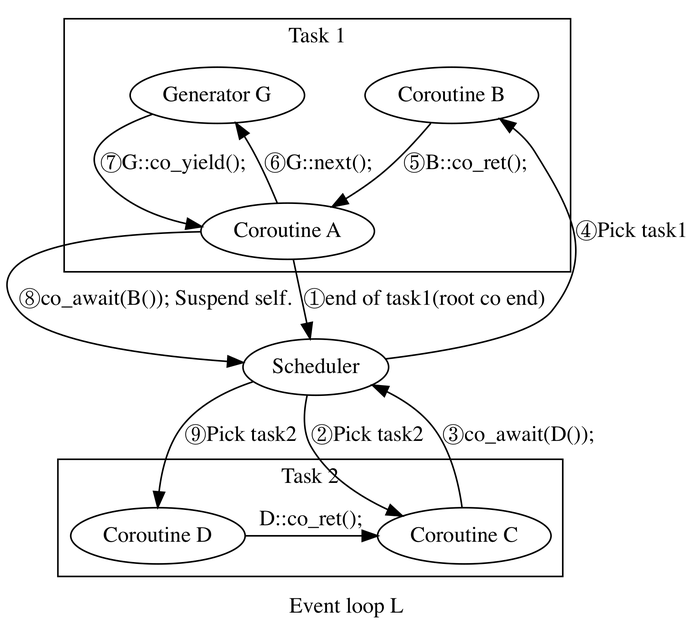
Before: docs/assets/stkless_co.png, a diagram exported from Graphviz (kabu1204/joblib). Its source is kept beside it as docs/assets/stkless_co.dot. Its diagram source:
```dot
digraph coroutine {
    graph [ dpi = 300 ];
    compound=true;
    label="Event loop L";
    s [label="Scheduler"];
    subgraph cluster_task1 {
        label="Task 1";
        {rank=same;b,g}
        a [label="Coroutine A"];
        b [label="Coroutine B"];g [label="Generator G"];
        b -> a [label="⑤B::co_ret();"];
        concentrate=true
        a -> g [label="⑥G::next();"];
        g -> a [label="⑦G::co_yield();"];
    }
    subgraph cluster_task2 {
        label="Task 2";
        {rank=same;c,d}
        c [label="Coroutine C"];d [label="Coroutine D"];

        d -> c [label="D::co_ret();"];
    }

    c -> s [label="③co_await(D());"];
    a -> s [label="①end of task1(root co end)"];
    a -> s [label="⑧co_await(B()); Suspend self."];
    s -> c [label="②Pick task2"];
    s -> b [label="④Pick task1"];
    s -> d [label="⑨Pick task2"];

}
```
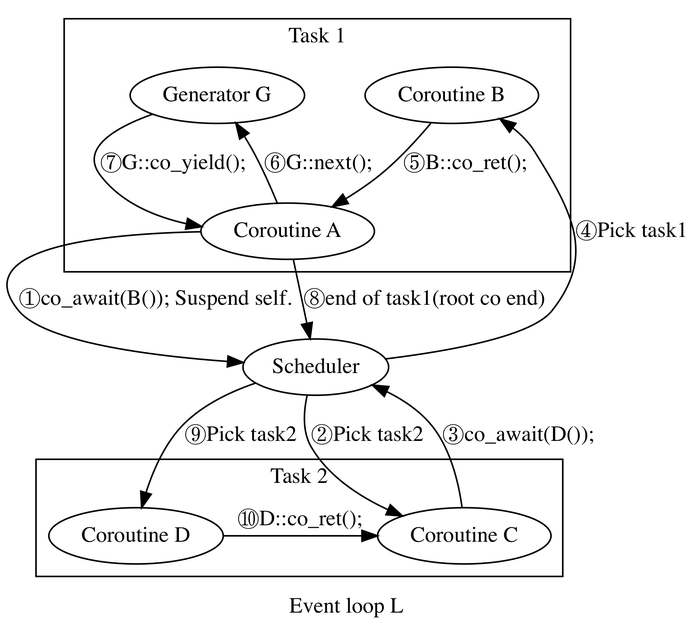
Above is the later version.

Diff of the diagram source:
```diff
@@ -18,12 +18,12 @@
         {rank=same;c,d}
         c [label="Coroutine C"];d [label="Coroutine D"];
 
-        d -> c [label="D::co_ret();"];
+        d -> c [label="⑩D::co_ret();"];
     }
 
     c -> s [label="③co_await(D());"];
-    a -> s [label="①end of task1(root co end)"];
-    a -> s [label="⑧co_await(B()); Suspend self."];
+    a -> s [label="⑧end of task1(root co end)"];
+    a -> s [label="①co_await(B()); Suspend self."];
     s -> c [label="②Pick task2"];
     s -> b [label="④Pick task1"];
     s -> d [label="⑨Pick task2"];
```
